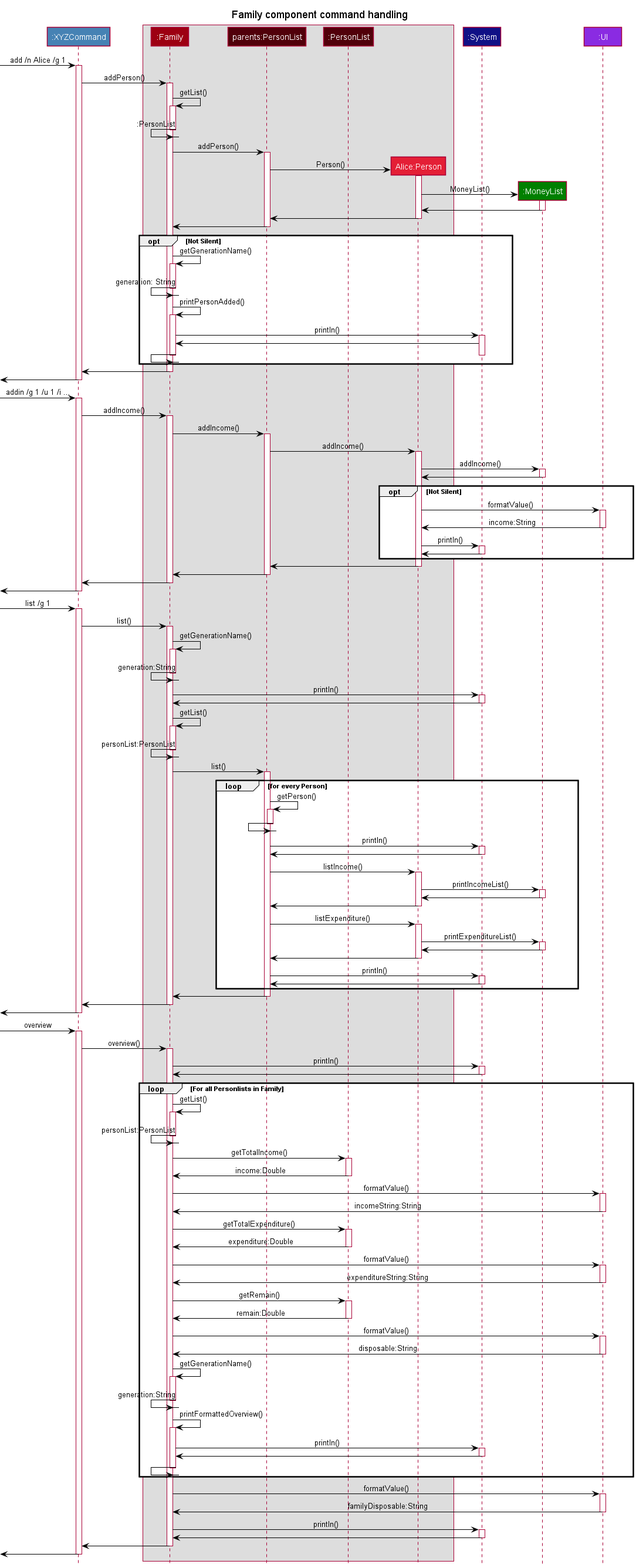
This is docs/images/FamilySequenceDiagram.png from nus-cs2113-AY2122S2/tp, a PlantUML export, as it was before one commit.
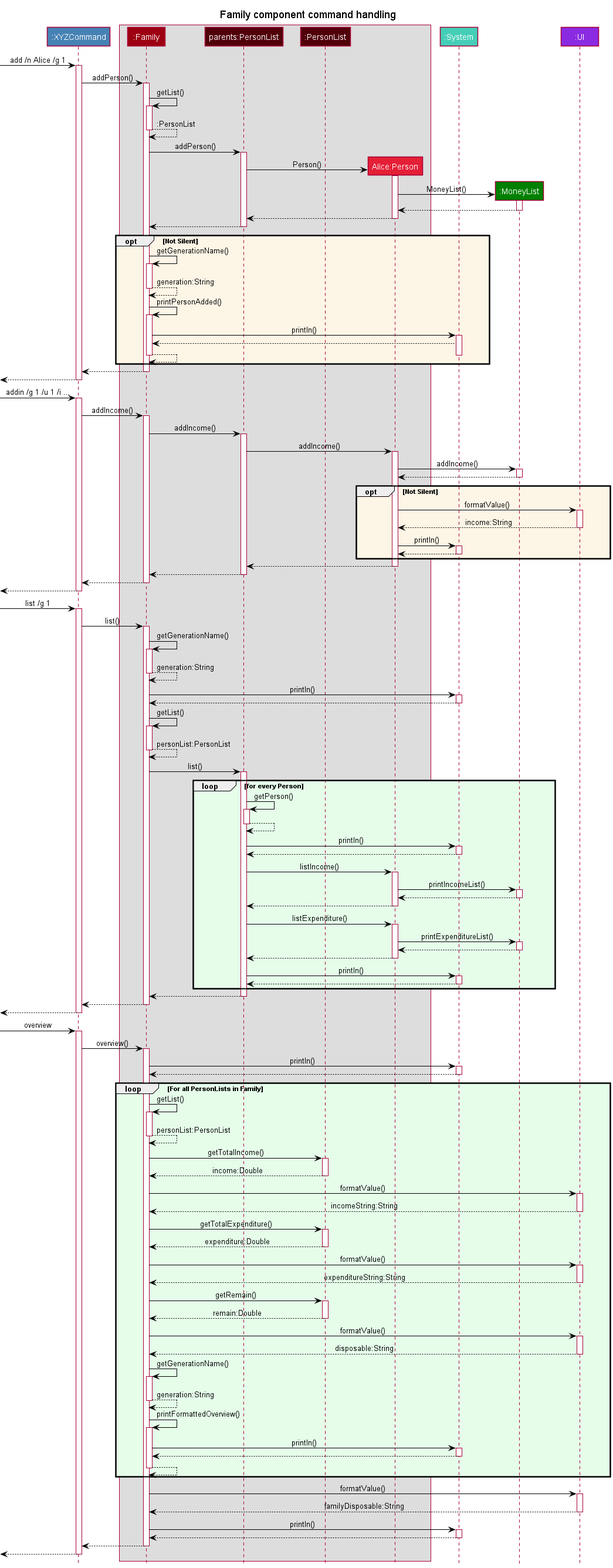
After the change.

Commit message:
Update sequence diagram png

Diff of the diagram source:
```diff
@@ -14,7 +14,7 @@
 participant "Alice:Person" as Person MODEL_COLOR_T2
 end box
 
-participant ":System" as System LOGIC_COLOR
+participant ":System" as System SYSTEM_COLOR
 participant ":MoneyList" as Money MONEY_COLOR
 participant ":UI" as UI UI_COLOR
 
@@ -24,7 +24,7 @@
 activate Family
 Family -> Family: getList()
 activate Family
-Family <- Family: :PersonList
+Family --> Family: :PersonList
 deactivate Family
 Family -> Parents: addPerson()
 activate Parents
@@ -34,29 +34,29 @@
 create Money
 Person -> Money: MoneyList()
 activate Money
-Person <- Money
+Person <-- Money
 deactivate Money
-Parents <- Person
+Parents <-- Person
 deactivate Person
-Family <- Parents
+Family <-- Parents
 deactivate Parents
-opt Not Silent
+opt OPT_COLOR Not Silent
     Family -> Family: getGenerationName()
     activate Family
-    Family <- Family: generation: String
+    Family --> Family: generation:String
     deactivate Family
     Family -> Family: printPersonAdded()
     activate Family
     Family -> System: println()
     activate System
-    Family <- System
-    Family <- Family
+    Family <-- System
+    Family --> Family
     deactivate System
     deactivate Family
 end opt
-Command <- Family
+Command <-- Family
 deactivate Family
-<- Command
+<-- Command
 deactivate Command
 
 -> Command: addin /g 1 /u 1 /i ...
@@ -69,25 +69,25 @@
 activate Person
 Person -> Money: addIncome()
 activate Money
-Person <- Money
+Person <-- Money
 deactivate Money
-opt Not Silent
+opt OPT_COLOR Not Silent
     Person -> UI: formatValue()
     activate UI
-    Person <- UI: income:String
+    Person <-- UI: income:String
     deactivate UI
     Person -> System: println()
     activate System
-    Person <- System
+    Person <-- System
     deactivate System
 end opt
-Parents <- Person
+Parents <-- Person
 deactivate Person
-Family <- Parents
+Family <-- Parents
 deactivate Parents
-Command <- Family
+Command <-- Family
 deactivate Family
-<- Command
+<-- Command
 deactivate Command
 
 -> Command: list /g 1
@@ -96,53 +96,53 @@
 activate Family
 Family -> Family: getGenerationName()
 activate Family
-Family <- Family: generation:String
+Family --> Family: generation:String
 deactivate Family
 Family -> System: println()
 activate System
-Family <- System
+Family <-- System
 deactivate System
 Family -> Family: getList()
 activate Family
-Family <- Family: personList:PersonList
+Family --> Family: personList:PersonList
 deactivate Family
 Family -> Parents: list()
 activate Parents
-loop for every Person
+loop LOOP_COLOR for every Person
     Parents -> Parents: getPerson()
     activate Parents
-    Parents <- Parents:
+    Parents --> Parents:
     deactivate Parents
     Parents -> System: println()
     activate System
-    Parents <- System
+    Parents <-- System
     deactivate System
     Parents -> Person: listIncome()
     activate Person
     Person -> Money: printIncomeList()
     activate Money
-    Person <- Money
+    Person <-- Money
     deactivate Money
-    Parents <- Person
+    Parents <-- Person
     deactivate Person
-        Parents -> Person: listExpenditure()
-        activate Person
-        Person -> Money: printExpenditureList()
-        activate Money
-        Person <- Money
-        deactivate Money
-        Parents <- Person
-        deactivate Person
-        Parents -> System: println()
-        activate System
-        Parents <- System
-        deactivate System
+    Parents -> Person: listExpenditure()
+    activate Person
+    Person -> Money: printExpenditureList()
+    activate Money
+    Person <-- Money
+    deactivate Money
+    Parents <-- Person
+    deactivate Person
+    Parents -> System: println()
+    activate System
+    Parents <-- System
+    deactivate System
 end loop
-Family <- Parents
+Family <-- Parents
 deactivate Parents
-Command <- Family
+Command <-- Family
 deactivate Family
-<- Command
+<-- Command
 deactivate Command
 
 -> Command: overview
@@ -151,61 +151,61 @@
 activate Family
 Family -> System: println()
 activate System
-Family <- System
+Family <-- System
 deactivate System
-loop For all Personlists in Family
+loop LOOP_COLOR For all PersonLists in Family
     Family -> Family: getList()
     activate Family
-    Family <- Family: personList:PersonList
+    Family --> Family: personList:PersonList
     deactivate Family
     Family -> PersonList: getTotalIncome()
     activate PersonList
-    Family <- PersonList: income:Double
+    Family <-- PersonList: income:Double
     deactivate PersonList
     Family -> UI: formatValue()
     activate UI
-    Family <- UI: incomeString:String
+    Family <-- UI: incomeString:String
     deactivate UI
     Family -> PersonList: getTotalExpenditure()
     activate PersonList
-    Family <- PersonList: expenditure:Double
+    Family <-- PersonList: expenditure:Double
     deactivate PersonList
     Family -> UI: formatValue()
     activate UI
-    Family <- UI: expenditureString:String
+    Family <-- UI: expenditureString:String
     deactivate UI
     Family -> PersonList: getRemain()
     activate PersonList
-    Family <- PersonList: remain:Double
+    Family <-- PersonList: remain:Double
     deactivate PersonList
     Family -> UI: formatValue()
     activate UI
-    Family <- UI: disposable:String
+    Family <-- UI: disposable:String
     deactivate UI
     Family -> Family: getGenerationName()
     activate Family
-    Family <- Family: generation:String
+    Family --> Family: generation:String
     deactivate Family
     Family -> Family: printFormattedOverview()
     activate Family
     Family -> System: println()
     activate System
-    Family <- System
+    Family <-- System
     deactivate System
-    Family <- Family
+    Family --> Family
     deactivate Family
 end loop
 Family -> UI: formatValue()
 activate UI
-Family <- UI: familyDisposable:String
+Family <-- UI: familyDisposable:String
 deactivate UI
 Family -> System: println()
 activate System
-Family <- System
+Family <-- System
 deactivate System
-Command <- Family
+Command <-- Family
 deactivate Family
-<- Command
+<-- Command
 deactivate Command
 
 @enduml
```
